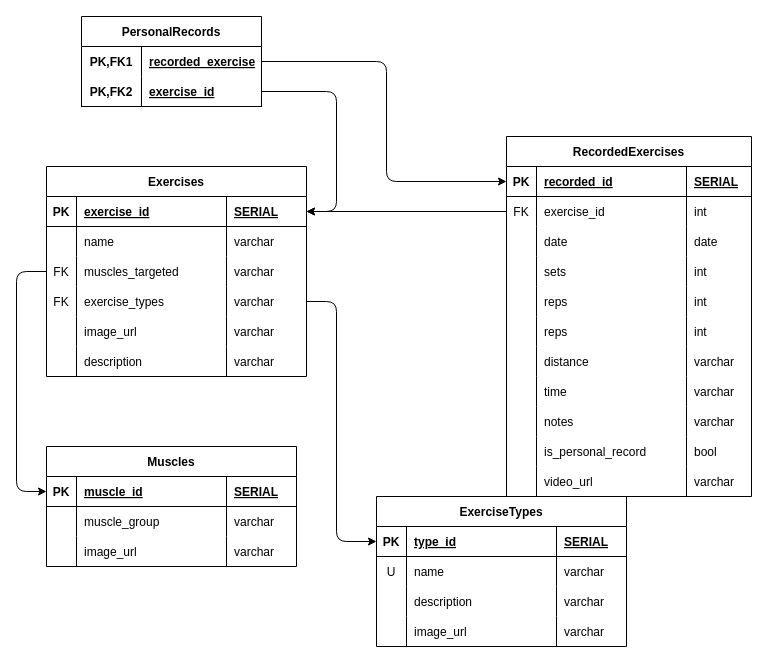
The draw.io diagram assignments/be-5-app-marshmallow/erd.drawio in James-Devpipline/BackEnd, before the edit. Source tidied: cells renumbered, new cells numbered last; positions are measured from the earlier drawing's top-left corner, leaving out a move shared by most shapes. Both pictures are drawn from the tidied source at 100%, with x=0, y=0 at pixel (16, 16).
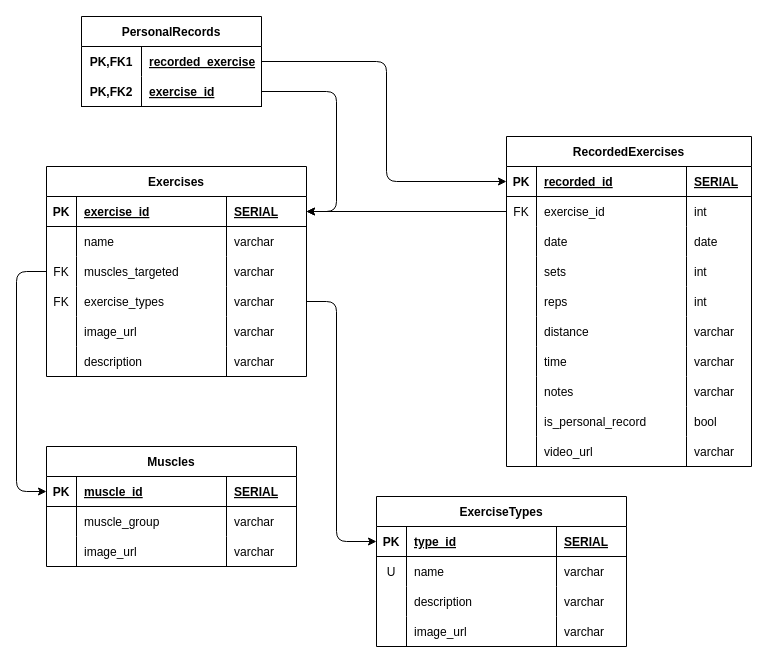
The same page after the edit.

Diff of the diagram source:
```diff
@@
     <mxCell id="27" value="RecordedExercises" style="shape=table;startSize=30;childLayout=tableLayout;rowLines=0;fontStyle=1;align=center;" parent="1" vertex="1">
-      <mxGeometry x="490" y="120" width="245" height="360" as="geometry" />
+      <mxGeometry x="490" y="120" width="245" height="330" as="geometry" />
     </mxCell>
@@
-    <mxCell id="48" style="shape=tableRow;horizontal=0;startSize=0;swimlaneHead=0;swimlaneBody=0;fillColor=none;top=0;left=0;right=0;bottom=0;" parent="27" vertex="1">
-      <mxGeometry y="180" width="245" height="30" as="geometry" />
-    </mxCell>
-    <mxCell id="49" style="shape=partialRectangle;fillColor=none;top=0;left=0;bottom=0;right=0;overflow=hidden;" parent="48" vertex="1">
-      <mxGeometry width="30" height="30" as="geometry" />
-    </mxCell>
-    <mxCell id="50" value="reps" style="shape=partialRectangle;fillColor=none;top=0;left=0;bottom=0;right=0;align=left;spacingLeft=6;overflow=hidden;" parent="48" vertex="1">
-      <mxGeometry x="30" width="150" height="30" as="geometry" />
-    </mxCell>
-    <mxCell id="51" value="int" style="shape=partialRectangle;fillColor=none;top=0;left=0;bottom=0;right=0;align=left;spacingLeft=6;overflow=hidden;" parent="48" vertex="1">
-      <mxGeometry x="180" width="65" height="30" as="geometry" />
-    </mxCell>
     <mxCell id="52" style="shape=tableRow;horizontal=0;startSize=0;swimlaneHead=0;swimlaneBody=0;fillColor=none;top=0;left=0;right=0;bottom=0;" parent="27" vertex="1">
-      <mxGeometry y="210" width="245" height="30" as="geometry" />
+      <mxGeometry y="180" width="245" height="30" as="geometry" />
     </mxCell>
@@
     <mxCell id="56" style="shape=tableRow;horizontal=0;startSize=0;swimlaneHead=0;swimlaneBody=0;fillColor=none;top=0;left=0;right=0;bottom=0;" parent="27" vertex="1">
-      <mxGeometry y="240" width="245" height="30" as="geometry" />
+      <mxGeometry y="210" width="245" height="30" as="geometry" />
     </mxCell>
@@
     <mxCell id="60" style="shape=tableRow;horizontal=0;startSize=0;swimlaneHead=0;swimlaneBody=0;fillColor=none;top=0;left=0;right=0;bottom=0;" parent="27" vertex="1">
-      <mxGeometry y="270" width="245" height="30" as="geometry" />
+      <mxGeometry y="240" width="245" height="30" as="geometry" />
     </mxCell>
@@
     <mxCell id="64" style="shape=tableRow;horizontal=0;startSize=0;swimlaneHead=0;swimlaneBody=0;fillColor=none;top=0;left=0;right=0;bottom=0;" parent="27" vertex="1">
-      <mxGeometry y="300" width="245" height="30" as="geometry" />
+      <mxGeometry y="270" width="245" height="30" as="geometry" />
     </mxCell>
@@
     <mxCell id="68" style="shape=tableRow;horizontal=0;startSize=0;swimlaneHead=0;swimlaneBody=0;fillColor=none;top=0;left=0;right=0;bottom=0;" parent="27" vertex="1">
-      <mxGeometry y="330" width="245" height="30" as="geometry" />
+      <mxGeometry y="300" width="245" height="30" as="geometry" />
     </mxCell>
```
